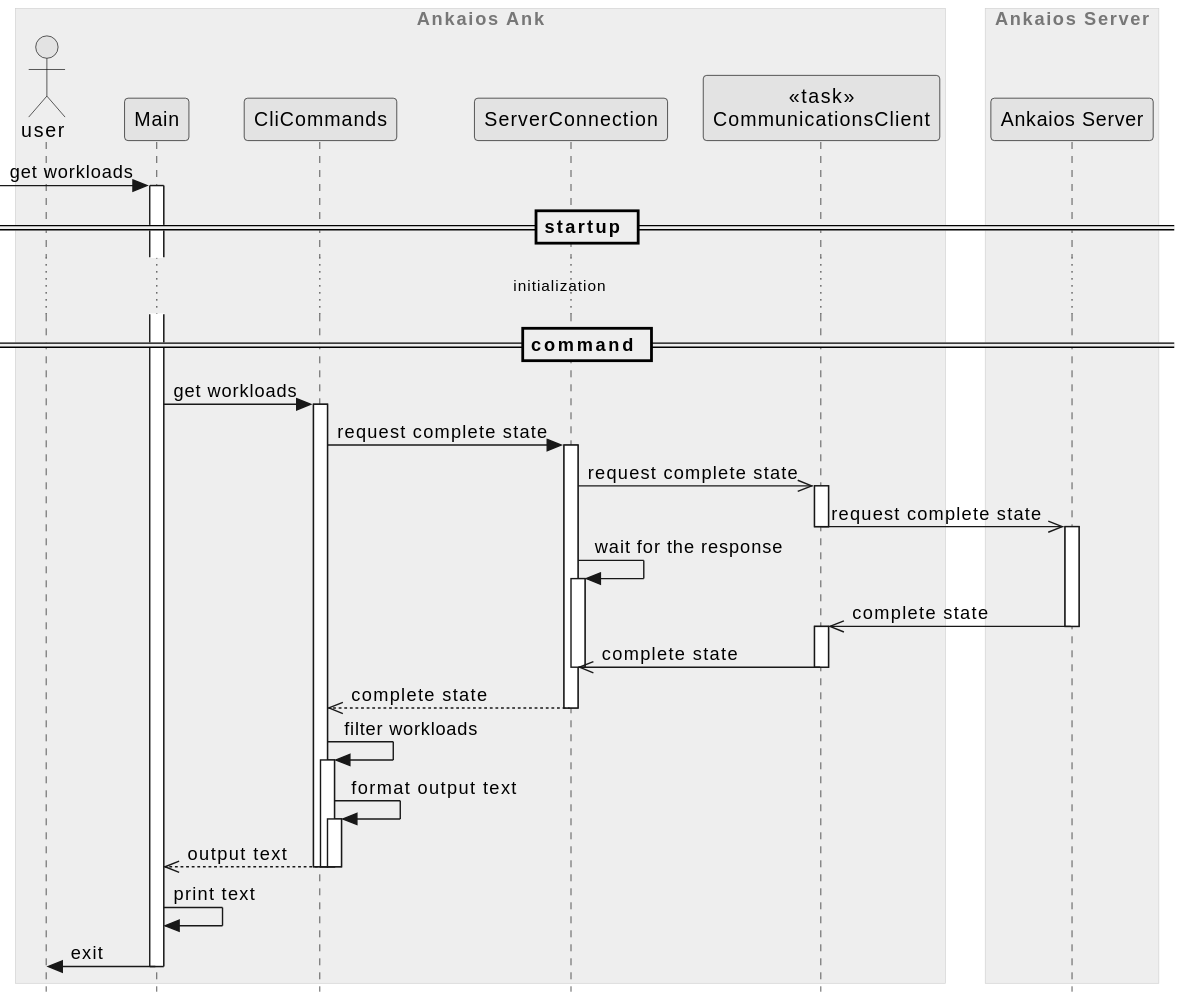
Above: ank/doc/swdesign/plantuml/seq_get_workload.svg in eclipse-ankaios/ankaios (PlantUML), before the change.
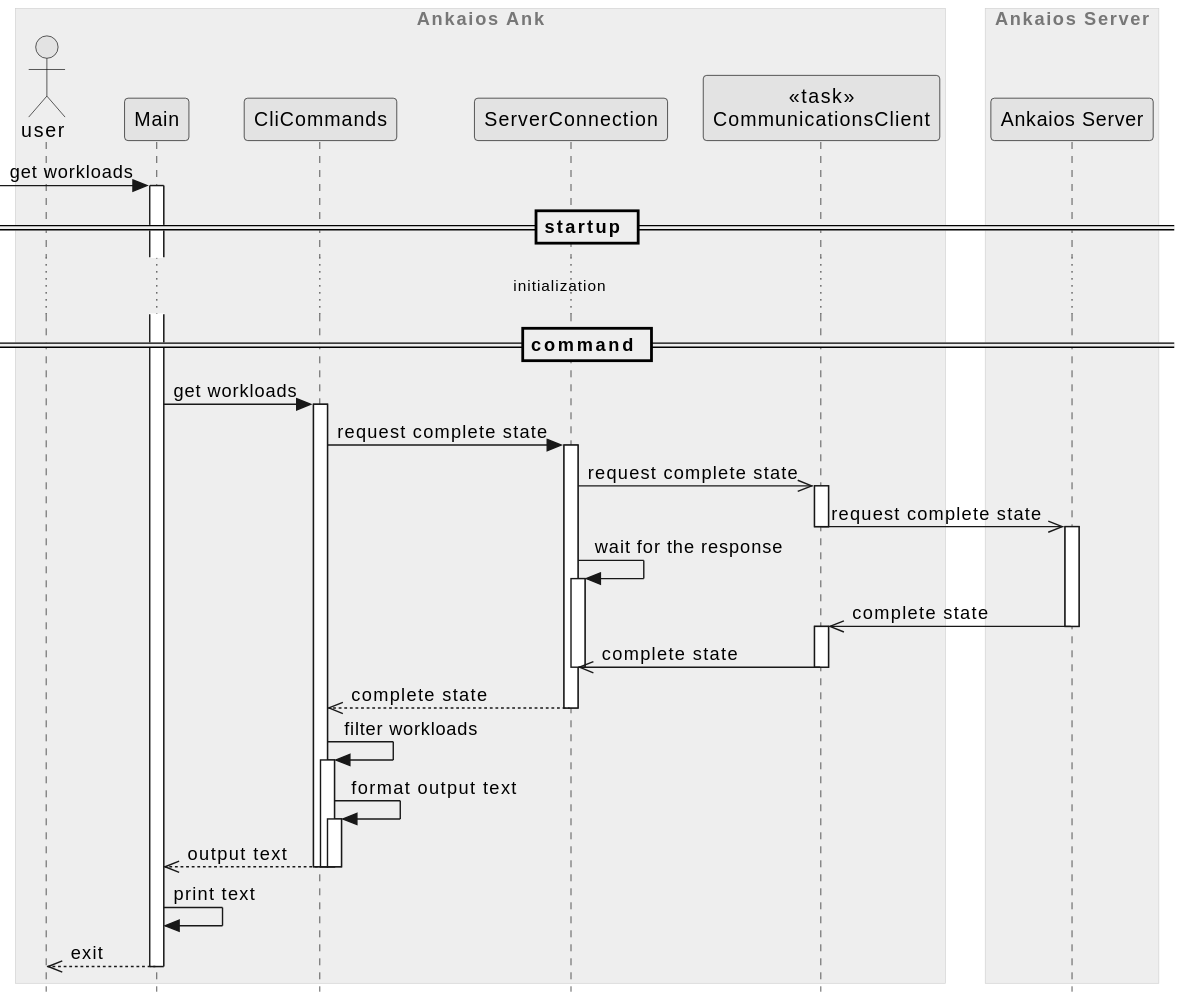
After the change.

Commit message:
Change main exit arrow

Diff of the diagram source:
```diff
@@ -41,5 +41,5 @@
 deactivate cli_commands
 
 main -> main: print text
-user <- main -- : exit
+user <<-- main -- : exit
 @enduml
```
